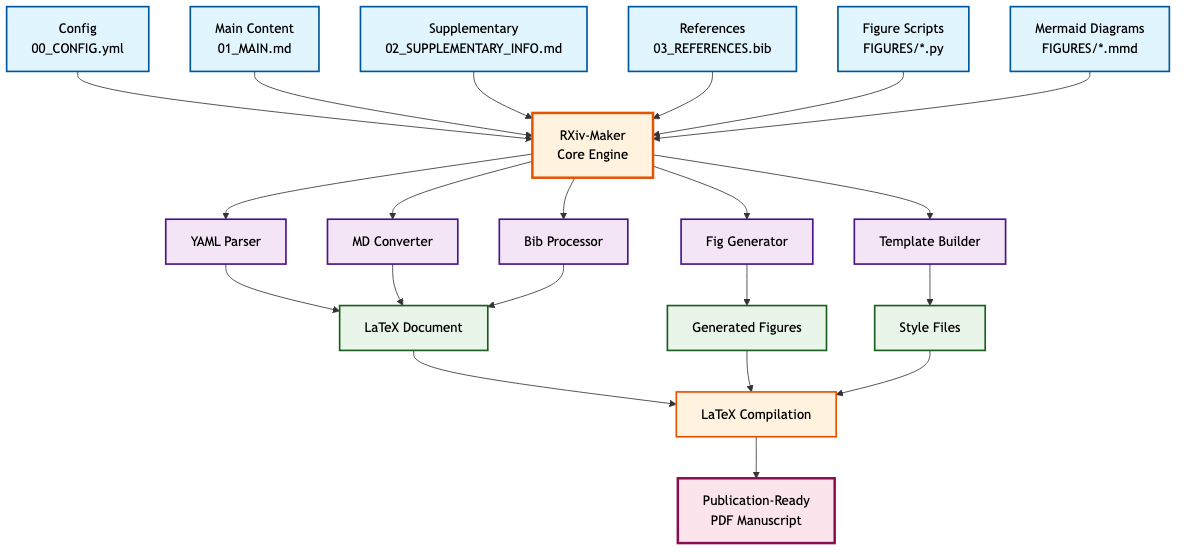
The Mermaid diagram EXAMPLE_MANUSCRIPT/FIGURES/SFigure_1/SFigure_1.png in paxcalpt/rxiv-maker, before a commit. Its source is kept beside it as EXAMPLE_MANUSCRIPT/FIGURES/SFigure_1.mmd. Its diagram source:
```mermaid
flowchart TD
    A1[Config<br/>00_CONFIG.yml] --> E[RXiv-Maker<br/>Core Engine]
    A2[Main Content<br/>01_MAIN.md] --> E
    A3[Supplementary<br/>02_SUPPLEMENTARY_INFO.md] --> E
    A4[References<br/>03_REFERENCES.bib] --> E
    A5[Figure Scripts<br/>FIGURES/*.py] --> E
    A6[Mermaid Diagrams<br/>FIGURES/*.mmd] --> E

    E --> P1[YAML Parser]
    E --> P2[MD Converter]
    E --> P3[Fig Generator]
    E --> P4[Bib Processor]
    E --> P5[Template Builder]

    P1 --> I1[LaTeX Document]
    P2 --> I1
    P4 --> I1
    P3 --> I2[Generated Figures]
    P5 --> I3[Style Files]

    I1 --> L[LaTeX Compilation]
    I2 --> L
    I3 --> L

    L --> F[Publication-Ready<br/>PDF Manuscript]

    classDef inputFiles fill:#e1f5fe,stroke:#01579b,stroke-width:2px,color:#000
    classDef processEngine fill:#fff3e0,stroke:#e65100,stroke-width:3px,color:#000
    classDef processSteps fill:#f3e5f5,stroke:#4a148c,stroke-width:2px,color:#000
    classDef intermediateOutputs fill:#e8f5e8,stroke:#1b5e20,stroke-width:2px,color:#000
    classDef compilation fill:#fff3e0,stroke:#e65100,stroke-width:2px,color:#000
    classDef finalOutput fill:#fce4ec,stroke:#880e4f,stroke-width:3px,color:#000

    class A1,A2,A3,A4,A5,A6 inputFiles
    class E processEngine
    class P1,P2,P3,P4,P5 processSteps
    class I1,I2,I3 intermediateOutputs
    class L compilation
    class F finalOutput
```
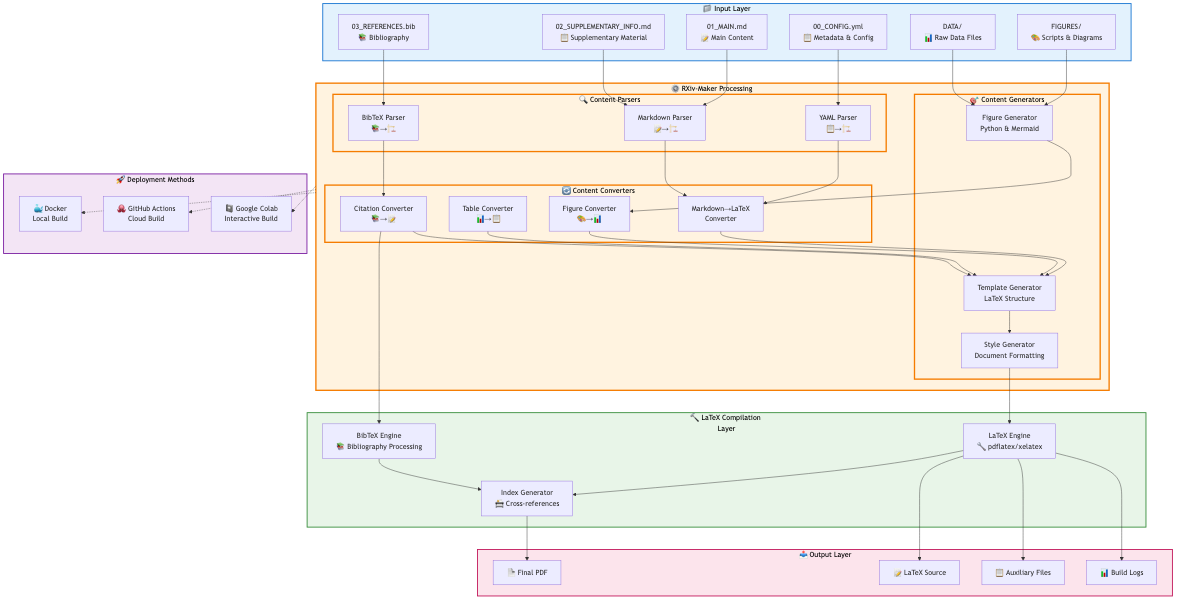
After the change.

Change to the diagram source:
```diff
@@ -1,39 +1,99 @@
-flowchart TD
-    A1[Config<br/>00_CONFIG.yml] --> E[RXiv-Maker<br/>Core Engine]
-    A2[Main Content<br/>01_MAIN.md] --> E
-    A3[Supplementary<br/>02_SUPPLEMENTARY_INFO.md] --> E
-    A4[References<br/>03_REFERENCES.bib] --> E
-    A5[Figure Scripts<br/>FIGURES/*.py] --> E
-    A6[Mermaid Diagrams<br/>FIGURES/*.mmd] --> E
+flowchart TB
+    subgraph Input["📁 Input Layer"]
+        direction TB
+        YAML[00_CONFIG.yml<br/>📋 Metadata & Config]
+        MD1[01_MAIN.md<br/>📝 Main Content]
+        MD2[02_SUPPLEMENTARY_INFO.md<br/>📋 Supplementary Material]
+        BIB[03_REFERENCES.bib<br/>📚 Bibliography]
+        FIG[FIGURES/<br/>🎨 Scripts & Diagrams]
+        DATA[DATA/<br/>📊 Raw Data Files]
+    end
 
-    E --> P1[YAML Parser]
-    E --> P2[MD Converter]
-    E --> P3[Fig Generator]
-    E --> P4[Bib Processor]
-    E --> P5[Template Builder]
+    subgraph Engine["⚙️ RXiv-Maker Processing Engine"]
+        direction TB
 
-    P1 --> I1[LaTeX Document]
-    P2 --> I1
-    P4 --> I1
-    P3 --> I2[Generated Figures]
-    P5 --> I3[Style Files]
+        subgraph Parsers["🔍 Content Parsers"]
+            YP[YAML Parser<br/>📋→🏗️]
+            MP[Markdown Parser<br/>📝→🏗️]
+            BP[BibTeX Parser<br/>📚→🏗️]
+        end
 
-    I1 --> L[LaTeX Compilation]
-    I2 --> L
-    I3 --> L
+        subgraph Converters["🔄 Content Converters"]
+            MC[Markdown→LaTeX<br/>Converter]
+            FC[Figure Converter<br/>🎨→📊]
+            TC[Table Converter<br/>📊→📋]
+            CC[Citation Converter<br/>📚→📝]
+        end
 
-    L --> F[Publication-Ready<br/>PDF Manuscript]
+        subgraph Generators["🎯 Content Generators"]
+            FG[Figure Generator<br/>Python & Mermaid]
+            TG[Template Generator<br/>LaTeX Structure]
+            SG[Style Generator<br/>Document Formatting]
+        end
+    end
 
-    classDef inputFiles fill:#e1f5fe,stroke:#01579b,stroke-width:2px,color:#000
-    classDef processEngine fill:#fff3e0,stroke:#e65100,stroke-width:3px,color:#000
-    classDef processSteps fill:#f3e5f5,stroke:#4a148c,stroke-width:2px,color:#000
-    classDef intermediateOutputs fill:#e8f5e8,stroke:#1b5e20,stroke-width:2px,color:#000
-    classDef compilation fill:#fff3e0,stroke:#e65100,stroke-width:2px,color:#000
-    classDef finalOutput fill:#fce4ec,stroke:#880e4f,stroke-width:3px,color:#000
+    subgraph Compilation["🔨 LaTeX Compilation Layer"]
+        direction TB
+        LE[LaTeX Engine<br/>🔧 pdflatex/xelatex]
+        BT[BibTeX Engine<br/>📚 Bibliography Processing]
+        INDEX[Index Generator<br/>📇 Cross-references]
+    end
 
-    class A1,A2,A3,A4,A5,A6 inputFiles
-    class E processEngine
-    class P1,P2,P3,P4,P5 processSteps
-    class I1,I2,I3 intermediateOutputs
-    class L compilation
-    class F finalOutput
+    subgraph Output["📤 Output Layer"]
+        direction TB
+        PDF[📄 Final PDF]
+        TEX[📝 LaTeX Source]
+        AUX[📋 Auxiliary Files]
+        LOG[📊 Build Logs]
+    end
+
+    subgraph Deploy["🚀 Deployment Methods"]
+        direction LR
+        DOCKER[🐳 Docker<br/>Local Build]
+        GITHUB[🐙 GitHub Actions<br/>Cloud Build]
+        COLAB[📓 Google Colab<br/>Interactive Build]
+    end
+
+    YAML --> YP
+    MD1 --> MP
+    MD2 --> MP
+    BIB --> BP
+    FIG --> FG
+    DATA --> FG
+
+    YP --> MC
+    MP --> MC
+    BP --> CC
+    FG --> FC
+
+    MC --> TG
+    FC --> TG
+    TC --> TG
+    CC --> TG
+    TG --> SG
+
+    SG --> LE
+    CC --> BT
+    LE --> INDEX
+    BT --> INDEX
+
+    INDEX --> PDF
+    LE --> TEX
+    LE --> AUX
+    LE --> LOG
+
+    Engine -.-> DOCKER
+    Engine -.-> GITHUB
+    Engine -.-> COLAB
+
+    classDef inputLayer fill:#e3f2fd,stroke:#1976d2,stroke-width:2px,color:#000
+    classDef engineLayer fill:#fff3e0,stroke:#f57c00,stroke-width:3px,color:#000
+    classDef compilationLayer fill:#e8f5e8,stroke:#388e3c,stroke-width:2px,color:#000
+    classDef outputLayer fill:#fce4ec,stroke:#c2185b,stroke-width:2px,color:#000
+    classDef deployLayer fill:#f3e5f5,stroke:#7b1fa2,stroke-width:2px,color:#000
+
+    class Input inputLayer
+    class Engine,Parsers,Converters,Generators engineLayer
+    class Compilation compilationLayer
+    class Output outputLayer
+    class Deploy deployLayer
```
